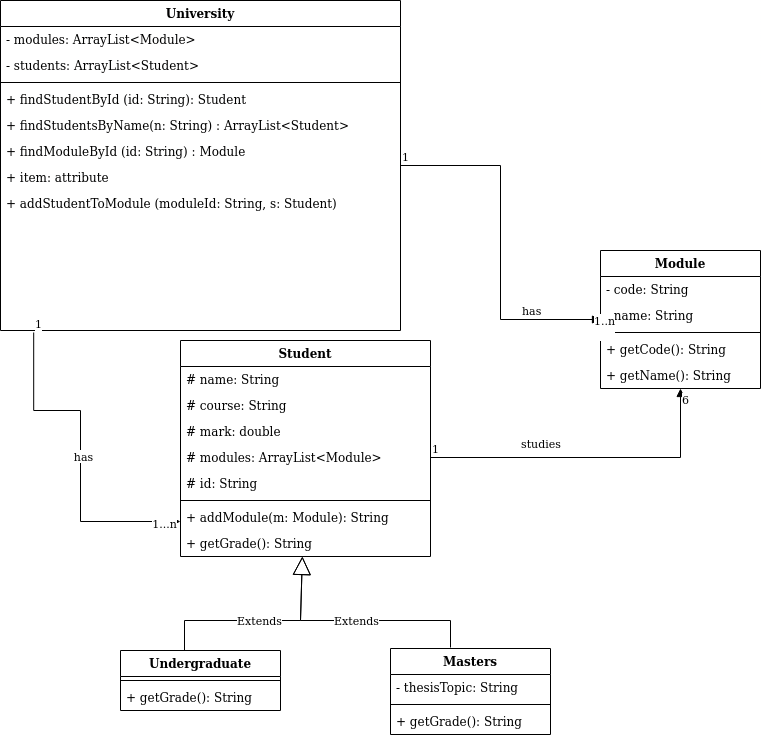
The draw.io diagram images/COM528classdiagram1.png in nwcourses/nwcourses.github.io, before a commit. Source tidied: cells renumbered, new cells last; positions are measured from the earlier drawing's top-left corner, leaving out a move shared by most shapes.
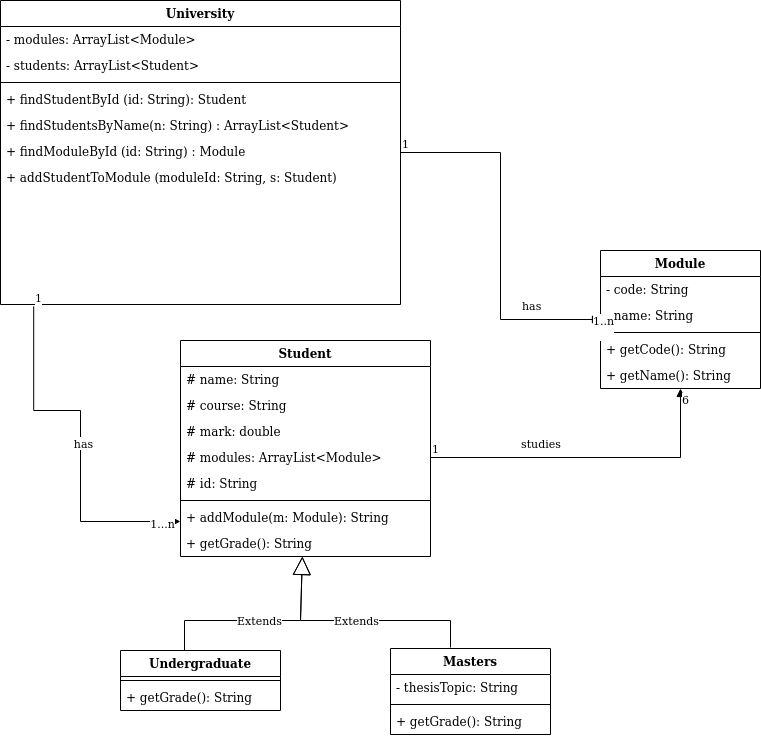
Above is the later version.

Commit message:
class diagram

What changed in the source:
```diff
@@ -3,7 +3,7 @@
     <mxCell id="0" />
     <mxCell id="1" parent="0" />
     <mxCell id="2" value="University" style="swimlane;fontStyle=1;align=center;verticalAlign=top;horizontal=1;startSize=26;" parent="1" vertex="1">
-      <mxGeometry width="400" height="330" as="geometry" />
+      <mxGeometry width="400" height="304" as="geometry" />
     </mxCell>
     <mxCell id="3" value="- modules: ArrayList&lt;Module&gt;" style="text;strokeColor=none;fillColor=none;align=left;verticalAlign=top;spacingLeft=4;spacingRight=4;overflow=hidden;" parent="2" vertex="1">
       <mxGeometry y="26" width="400" height="26" as="geometry" />
@@ -23,11 +23,8 @@
     <mxCell id="8" value="+ findModuleById (id: String) : Module" style="text;strokeColor=none;fillColor=none;align=left;verticalAlign=top;spacingLeft=4;spacingRight=4;overflow=hidden;" parent="2" vertex="1">
       <mxGeometry y="138" width="400" height="26" as="geometry" />
     </mxCell>
-    <mxCell id="9" value="+ item: attribute" style="text;strokeColor=none;fillColor=none;align=left;verticalAlign=top;spacingLeft=4;spacingRight=4;overflow=hidden;" parent="2" vertex="1">
-      <mxGeometry y="164" width="400" height="26" as="geometry" />
-    </mxCell>
     <mxCell id="10" value="+ addStudentToModule (moduleId: String, s: Student)" style="text;strokeColor=none;fillColor=none;align=left;verticalAlign=top;spacingLeft=4;spacingRight=4;overflow=hidden;points=[[0,0.5],[1,0.5]];portConstraint=eastwest;" parent="2" vertex="1">
-      <mxGeometry y="190" width="400" height="140" as="geometry" />
+      <mxGeometry y="164" width="400" height="140" as="geometry" />
     </mxCell>
     <mxCell id="11" value="Student" style="swimlane;fontStyle=1;align=center;verticalAlign=top;horizontal=1;startSize=26;" parent="1" vertex="1">
       <mxGeometry x="180" y="340" width="250" height="216" as="geometry" />
```
